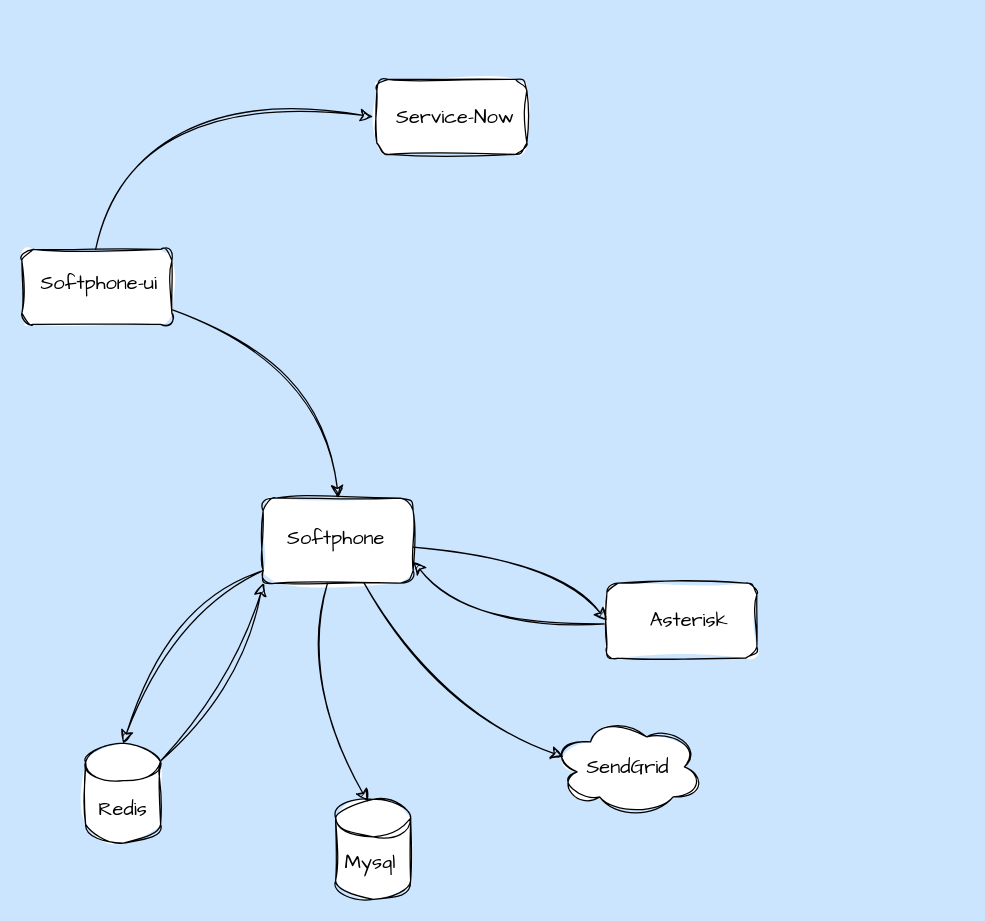
This is Untitled Diagram.drawio from cburgardtrajano/My-draws, a draw.io file, before an edit. Source tidied: cells renumbered, new cells numbered last; positions are measured from the earlier drawing's top-left corner, leaving out a move shared by most shapes. Both pictures are drawn from the tidied source at 125%, with x=0, y=0 at pixel (21, 79).
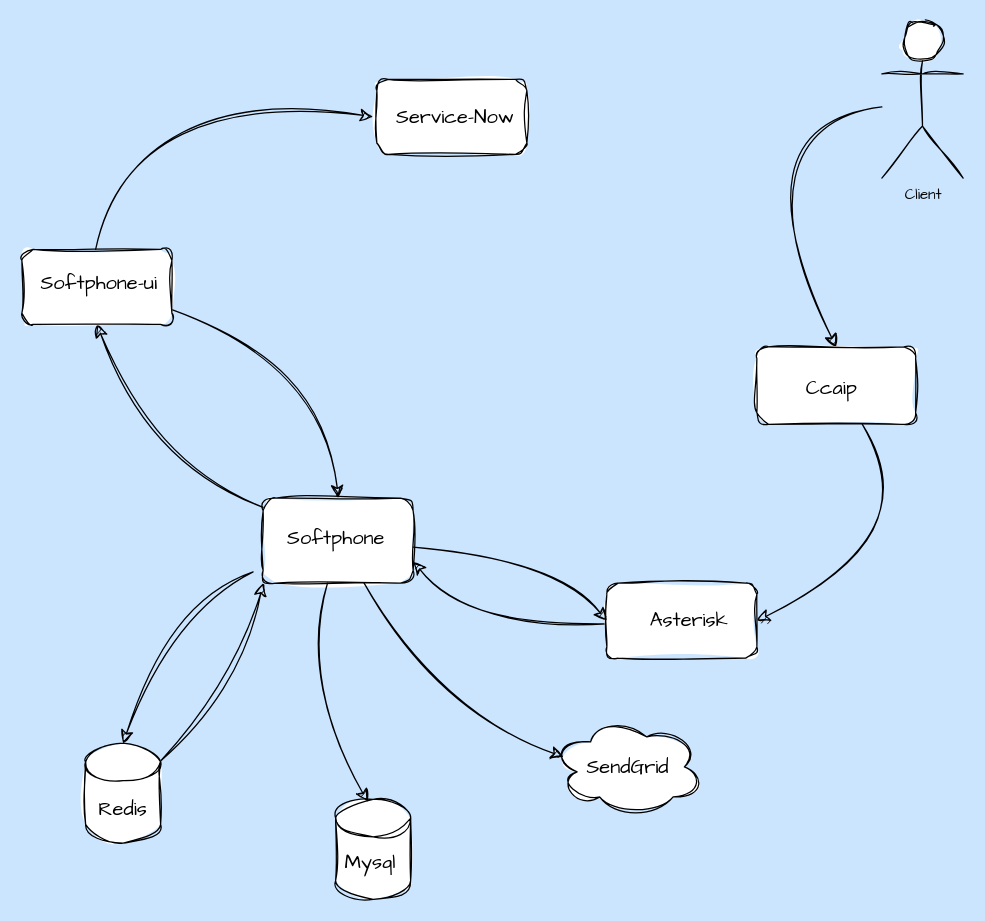
After the change.

Unchanged cells that the change refers to:
```xml
<mxCell id="3" style="shape=cylinder3;whiteSpace=wrap;html=1;boundedLbl=1;backgroundOutline=1;size=15;sketch=1;hachureGap=4;jiggle=2;curveFitting=1;fontFamily=Architects Daughter;" parent="1" vertex="1">
  <mxGeometry x="51" y="531" width="60" height="80" as="geometry" />
</mxCell>
<mxCell id="7" style="rounded=1;whiteSpace=wrap;html=1;sketch=1;hachureGap=4;jiggle=2;curveFitting=1;fontFamily=Architects Daughter;" parent="1" vertex="1">
  <mxGeometry x="468" y="403" width="120" height="60" as="geometry" />
</mxCell>
<mxCell id="9" style="rounded=1;whiteSpace=wrap;html=1;sketch=1;hachureGap=4;jiggle=2;curveFitting=1;fontFamily=Architects Daughter;" parent="1" vertex="1">
  <mxGeometry x="193" y="335" width="120" height="68" as="geometry" />
</mxCell>
<mxCell id="11" style="rounded=1;whiteSpace=wrap;html=1;sketch=1;hachureGap=4;jiggle=2;curveFitting=1;fontFamily=Architects Daughter;" parent="1" vertex="1">
  <mxGeometry y="136" width="120" height="60" as="geometry" />
</mxCell>
```

Diff of the diagram source:
```diff
@@
+    <mxCell id="24" style="edgeStyle=none;curved=1;rounded=0;sketch=1;hachureGap=4;jiggle=2;curveFitting=1;jettySize=auto;html=1;entryX=0.5;entryY=1;entryDx=0;entryDy=0;fontFamily=Architects Daughter;fontSize=12;startSize=8;endSize=8;" parent="1" edge="1" source="9" target="11">
+      <mxGeometry relative="1" as="geometry">
+        <Array as="points">
+          <mxPoint x="102" y="302" />
+        </Array>
+      </mxGeometry>
+    </mxCell>
@@
-    <mxCell id="12" style="edgeStyle=none;curved=1;rounded=0;sketch=1;hachureGap=4;jiggle=2;curveFitting=1;jettySize=auto;html=1;entryX=0.5;entryY=0;entryDx=0;entryDy=0;entryPerimeter=0;fontFamily=Architects Daughter;fontSize=12;startSize=8;endSize=8;" parent="1" edge="1" source="9" target="3">
+    <mxCell id="12" style="edgeStyle=none;curved=1;rounded=0;sketch=1;hachureGap=4;jiggle=2;curveFitting=1;jettySize=auto;html=1;entryX=0.5;entryY=0;entryDx=0;entryDy=0;entryPerimeter=0;fontFamily=Architects Daughter;fontSize=12;startSize=8;endSize=8;" parent="1" edge="1" target="3">
       <mxGeometry relative="1" as="geometry">
+        <mxPoint x="185" y="394" as="sourcePoint" />
         <Array as="points">
           <mxPoint x="118" y="423" />
         </Array>
       </mxGeometry>
     </mxCell>
@@
+    <mxCell id="25" style="edgeStyle=none;curved=1;rounded=0;sketch=1;hachureGap=4;jiggle=2;curveFitting=1;jettySize=auto;html=1;fontFamily=Architects Daughter;fontSize=12;startSize=8;endSize=8;entryX=0.5;entryY=0;entryDx=0;entryDy=0;" parent="1" edge="1" source="26" target="28">
+      <mxGeometry relative="1" as="geometry">
+        <Array as="points">
+          <mxPoint x="566" y="43" />
+        </Array>
+      </mxGeometry>
+    </mxCell>
+    <mxCell id="26" value="Client" style="shape=umlActor;verticalLabelPosition=bottom;verticalAlign=top;html=1;outlineConnect=0;sketch=1;hachureGap=4;jiggle=2;curveFitting=1;fontFamily=Architects Daughter;" parent="1" vertex="1">
+      <mxGeometry x="688" y="-46" width="65" height="125" as="geometry" />
+    </mxCell>
+    <mxCell id="27" style="group;" parent="1" vertex="1">
+      <mxGeometry x="588" y="214" width="127" height="62" as="geometry" />
+    </mxCell>
+    <mxCell id="28" style="rounded=1;whiteSpace=wrap;html=1;sketch=1;hachureGap=4;jiggle=2;curveFitting=1;fontFamily=Architects Daughter;" parent="27" vertex="1">
+      <mxGeometry width="127" height="62" as="geometry" />
+    </mxCell>
+    <mxCell id="29" value="Ccaip" style="text;html=1;align=center;verticalAlign=middle;whiteSpace=wrap;rounded=0;fontSize=16;fontFamily=Architects Daughter;" parent="27" vertex="1">
+      <mxGeometry x="30" y="13" width="60" height="40" as="geometry" />
+    </mxCell>
+    <mxCell id="30" style="edgeStyle=none;curved=1;rounded=0;sketch=1;hachureGap=4;jiggle=2;curveFitting=1;jettySize=auto;html=1;entryX=1;entryY=0.5;entryDx=0;entryDy=0;fontFamily=Architects Daughter;fontSize=12;startSize=8;endSize=8;" parent="1" edge="1" source="28" target="7">
+      <mxGeometry relative="1" as="geometry">
+        <Array as="points">
+          <mxPoint x="733" y="366" />
+        </Array>
+      </mxGeometry>
+    </mxCell>
```
